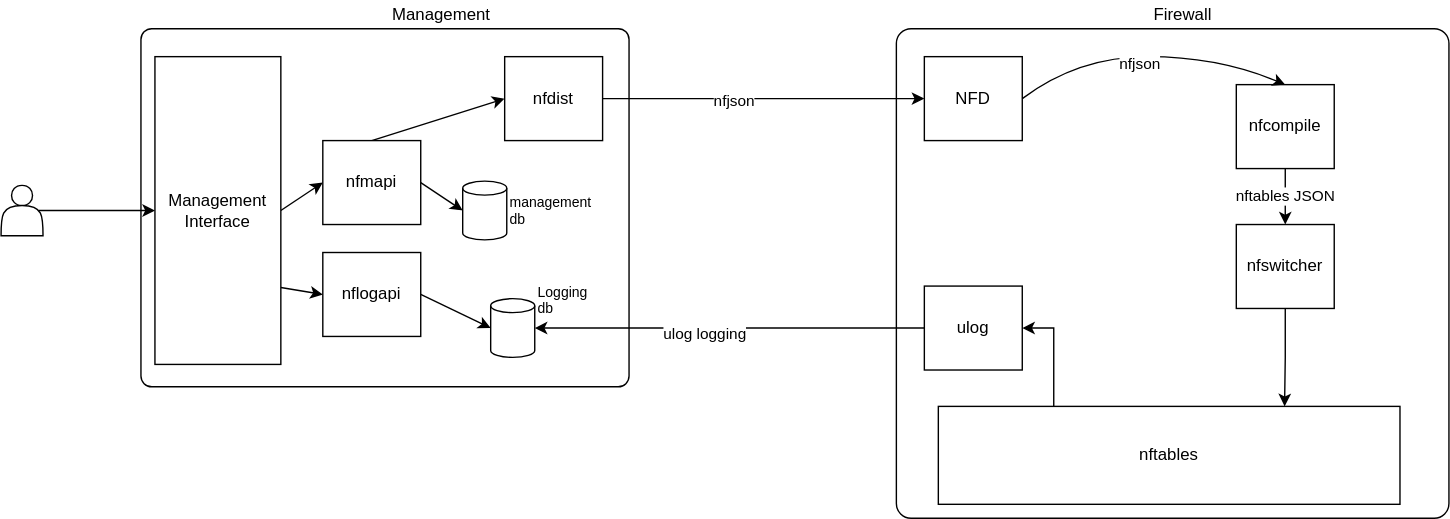
The draw.io diagram Architecture.drawio.svg in nfirewall/nfirewall, before a commit. Source tidied: cells renumbered, new cells last; positions are measured from the earlier drawing's top-left corner, leaving out a move shared by most shapes. The source it was exported from:
```xml
<mxGraphModel>
  <root>
    <mxCell id="0" />
    <mxCell id="1" parent="0" />
    <mxCell id="2" style="rounded=1;whiteSpace=wrap;html=1;arcSize=3;" parent="1" vertex="1">
      <mxGeometry x="640" y="20" width="395" height="350" as="geometry" />
    </mxCell>
    <mxCell id="3" style="rounded=1;whiteSpace=wrap;html=1;arcSize=3;" parent="1" vertex="1">
      <mxGeometry x="100" y="20" width="348.9" height="256" as="geometry" />
    </mxCell>
    <mxCell id="4" value="NFD" style="rounded=0;whiteSpace=wrap;html=1;" parent="1" vertex="1">
      <mxGeometry x="660" y="40" width="70" height="60" as="geometry" />
    </mxCell>
    <mxCell id="5" value="nftables JSON" style="edgeStyle=orthogonalEdgeStyle;rounded=0;jettySize=auto;html=1;exitX=0.5;exitY=1;exitDx=0;exitDy=0;entryX=0.5;entryY=0;entryDx=0;entryDy=0;" parent="1" edge="1" source="6" target="8">
      <mxGeometry relative="1" as="geometry" />
    </mxCell>
    <mxCell id="6" value="nfcompile" style="rounded=0;whiteSpace=wrap;html=1;" parent="1" vertex="1">
      <mxGeometry x="883" y="60" width="70" height="60" as="geometry" />
    </mxCell>
    <mxCell id="7" style="edgeStyle=orthogonalEdgeStyle;rounded=0;jettySize=auto;html=1;exitX=0.5;exitY=1;exitDx=0;exitDy=0;entryX=0.75;entryY=0;entryDx=0;entryDy=0;" parent="1" edge="1" source="8" target="10">
      <mxGeometry relative="1" as="geometry" />
    </mxCell>
    <mxCell id="8" value="nfswitcher" style="rounded=0;whiteSpace=wrap;html=1;" parent="1" vertex="1">
      <mxGeometry x="883" y="160" width="70" height="60" as="geometry" />
    </mxCell>
    <mxCell id="9" style="edgeStyle=orthogonalEdgeStyle;rounded=0;jettySize=auto;html=1;exitX=0.25;exitY=0;exitDx=0;exitDy=0;entryX=1;entryY=0.5;entryDx=0;entryDy=0;" parent="1" edge="1" source="10" target="11">
      <mxGeometry relative="1" as="geometry" />
    </mxCell>
    <mxCell id="10" value="nftables" style="rounded=0;whiteSpace=wrap;html=1;" parent="1" vertex="1">
      <mxGeometry x="670" y="290" width="330" height="70" as="geometry" />
    </mxCell>
    <mxCell id="11" value="ulog" style="rounded=0;whiteSpace=wrap;html=1;" parent="1" vertex="1">
      <mxGeometry x="660" y="204" width="70" height="60" as="geometry" />
    </mxCell>
    <mxCell id="12" style="edgeStyle=orthogonalEdgeStyle;rounded=0;jettySize=auto;html=1;exitX=1;exitY=0.5;exitDx=0;exitDy=0;entryX=0;entryY=0.5;entryDx=0;entryDy=0;" parent="1" edge="1" source="14" target="4">
      <mxGeometry relative="1" as="geometry" />
    </mxCell>
    <mxCell id="13" value="nfjson" style="edgeLabel;html=1;align=center;verticalAlign=middle;" parent="12" vertex="1">
      <mxGeometry x="-0.19" y="-1" relative="1" as="geometry" />
    </mxCell>
    <mxCell id="14" value="nfdist" style="rounded=0;whiteSpace=wrap;html=1;" parent="1" vertex="1">
      <mxGeometry x="360" y="40" width="70" height="60" as="geometry" />
    </mxCell>
    <mxCell id="15" style="edgeStyle=orthogonalEdgeStyle;rounded=0;jettySize=auto;html=1;exitX=0;exitY=0.5;exitDx=0;exitDy=0;entryX=1;entryY=0.5;entryDx=0;entryDy=0;entryPerimeter=0;" parent="1" edge="1" source="11" target="31">
      <mxGeometry relative="1" as="geometry" />
    </mxCell>
    <mxCell id="16" value="ulog logging" style="edgeLabel;html=1;align=center;verticalAlign=middle;" parent="15" vertex="1">
      <mxGeometry x="0.13" y="3" relative="1" as="geometry" />
    </mxCell>
    <mxCell id="17" style="curved=1;endArrow=classic;html=1;exitX=1;exitY=0.5;exitDx=0;exitDy=0;entryX=0.5;entryY=0;entryDx=0;entryDy=0;" parent="1" edge="1" source="4" target="6">
      <mxGeometry relative="1" as="geometry">
        <Array as="points">
          <mxPoint x="770" y="40" />
          <mxPoint x="870" y="40" />
        </Array>
      </mxGeometry>
    </mxCell>
    <mxCell id="18" value="nfjson" style="edgeLabel;html=1;align=center;verticalAlign=middle;" parent="17" vertex="1">
      <mxGeometry x="-0.07" y="-4" relative="1" as="geometry" />
    </mxCell>
    <mxCell id="19" style="edgeStyle=none;rounded=0;jettySize=auto;html=1;exitX=1;exitY=0.5;exitDx=0;exitDy=0;entryX=0;entryY=0.5;entryDx=0;entryDy=0;" parent="1" edge="1" source="21" target="30">
      <mxGeometry relative="1" as="geometry" />
    </mxCell>
    <mxCell id="20" style="edgeStyle=none;rounded=0;jettySize=auto;html=1;exitX=1;exitY=0.75;exitDx=0;exitDy=0;entryX=0;entryY=0.5;entryDx=0;entryDy=0;fontSize=10;" parent="1" edge="1" source="21" target="32">
      <mxGeometry relative="1" as="geometry" />
    </mxCell>
    <mxCell id="21" value="Management Interface" style="rounded=0;whiteSpace=wrap;html=1;" parent="1" vertex="1">
      <mxGeometry x="110" y="40" width="90" height="220" as="geometry" />
    </mxCell>
    <mxCell id="22" style="edgeStyle=none;rounded=0;jettySize=auto;html=1;exitX=0.9;exitY=0.5;exitDx=0;exitDy=0;exitPerimeter=0;entryX=0;entryY=0.5;entryDx=0;entryDy=0;" parent="1" edge="1" source="23" target="21">
      <mxGeometry relative="1" as="geometry" />
    </mxCell>
    <mxCell id="23" style="shape=actor;whiteSpace=wrap;html=1;" parent="1" vertex="1">
      <mxGeometry y="132" width="30" height="36" as="geometry" />
    </mxCell>
    <mxCell id="24" value="Firewall" style="text;html=1;strokeColor=none;fillColor=none;align=center;verticalAlign=middle;whiteSpace=wrap;rounded=0;" parent="1" vertex="1">
      <mxGeometry x="730" width="230" height="20" as="geometry" />
    </mxCell>
    <mxCell id="25" value="Management" style="text;html=1;strokeColor=none;fillColor=none;align=center;verticalAlign=middle;whiteSpace=wrap;rounded=0;" parent="1" vertex="1">
      <mxGeometry x="200" width="230" height="20" as="geometry" />
    </mxCell>
    <mxCell id="26" value="management db" style="shape=cylinder3;whiteSpace=wrap;html=1;boundedLbl=1;backgroundOutline=1;size=5;labelPosition=right;verticalLabelPosition=middle;align=left;verticalAlign=middle;fontSize=10;" parent="1" vertex="1">
      <mxGeometry x="330" y="129" width="31.5" height="42" as="geometry" />
    </mxCell>
    <mxCell id="27" style="edgeStyle=none;rounded=0;jettySize=auto;html=1;exitX=1;exitY=0.5;exitDx=0;exitDy=0;entryX=0;entryY=0.5;entryDx=0;entryDy=0;entryPerimeter=0;" parent="1" edge="1" source="30" target="26">
      <mxGeometry relative="1" as="geometry" />
    </mxCell>
    <mxCell id="28" style="edgeStyle=none;rounded=0;jettySize=auto;html=1;exitX=1;exitY=0.5;exitDx=0;exitDy=0;entryX=0;entryY=0.5;entryDx=0;entryDy=0;entryPerimeter=0;" parent="1" edge="1" source="32" target="31">
      <mxGeometry relative="1" as="geometry" />
    </mxCell>
    <mxCell id="29" style="edgeStyle=none;rounded=0;jettySize=auto;html=1;exitX=0.5;exitY=0;exitDx=0;exitDy=0;entryX=0;entryY=0.5;entryDx=0;entryDy=0;fontSize=10;" parent="1" edge="1" source="30" target="14">
      <mxGeometry relative="1" as="geometry" />
    </mxCell>
    <mxCell id="30" value="nfmapi" style="rounded=0;whiteSpace=wrap;html=1;" parent="1" vertex="1">
      <mxGeometry x="230" y="100" width="70" height="60" as="geometry" />
    </mxCell>
    <mxCell id="31" value="Logging db" style="shape=cylinder3;whiteSpace=wrap;html=1;boundedLbl=1;backgroundOutline=1;size=5;labelPosition=right;verticalLabelPosition=top;align=left;verticalAlign=bottom;spacingBottom=-16;fontSize=10;" parent="1" vertex="1">
      <mxGeometry x="350" y="213" width="31.5" height="42" as="geometry" />
    </mxCell>
    <mxCell id="32" value="nflogapi" style="rounded=0;whiteSpace=wrap;html=1;" parent="1" vertex="1">
      <mxGeometry x="230" y="180" width="70" height="60" as="geometry" />
    </mxCell>
  </root>
</mxGraphModel>
```
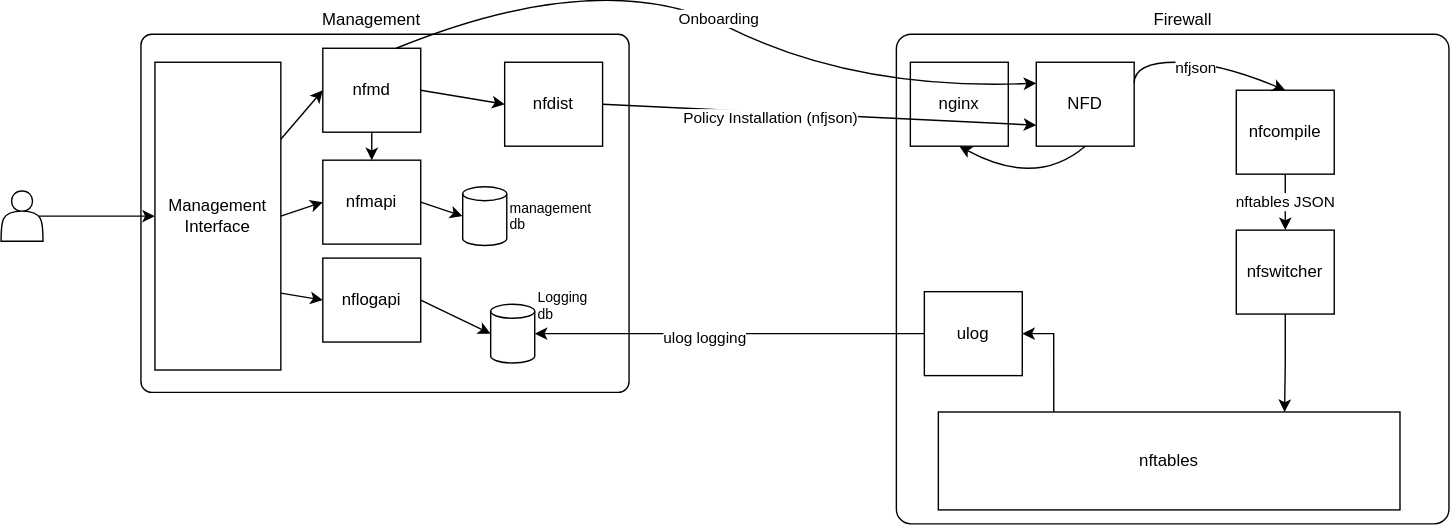
After the change.

What changed in the source:
```diff
@@ -9,7 +9,7 @@
       <mxGeometry x="100" y="20" width="348.9" height="256" as="geometry" />
     </mxCell>
     <mxCell id="4" value="NFD" style="rounded=0;whiteSpace=wrap;html=1;" parent="1" vertex="1">
-      <mxGeometry x="660" y="40" width="70" height="60" as="geometry" />
+      <mxGeometry x="740" y="40" width="70" height="60" as="geometry" />
     </mxCell>
     <mxCell id="5" value="nftables JSON" style="edgeStyle=orthogonalEdgeStyle;rounded=0;jettySize=auto;html=1;exitX=0.5;exitY=1;exitDx=0;exitDy=0;entryX=0.5;entryY=0;entryDx=0;entryDy=0;" parent="1" edge="1" source="6" target="8">
       <mxGeometry relative="1" as="geometry" />
@@ -32,12 +32,9 @@
     <mxCell id="11" value="ulog" style="rounded=0;whiteSpace=wrap;html=1;" parent="1" vertex="1">
       <mxGeometry x="660" y="204" width="70" height="60" as="geometry" />
     </mxCell>
-    <mxCell id="12" style="edgeStyle=orthogonalEdgeStyle;rounded=0;jettySize=auto;html=1;exitX=1;exitY=0.5;exitDx=0;exitDy=0;entryX=0;entryY=0.5;entryDx=0;entryDy=0;" parent="1" edge="1" source="14" target="4">
-      <mxGeometry relative="1" as="geometry" />
+    <mxCell id="12" value="Policy Installation (nfjson)" style="rounded=0;jettySize=auto;html=1;exitX=1;exitY=0.5;exitDx=0;exitDy=0;entryX=0;entryY=0.75;entryDx=0;entryDy=0;" parent="1" edge="1" source="14" target="4">
+      <mxGeometry x="-0.22" y="-4" relative="1" as="geometry" />
     </mxCell>
-    <mxCell id="13" value="nfjson" style="edgeLabel;html=1;align=center;verticalAlign=middle;" parent="12" vertex="1">
-      <mxGeometry x="-0.19" y="-1" relative="1" as="geometry" />
-    </mxCell>
     <mxCell id="14" value="nfdist" style="rounded=0;whiteSpace=wrap;html=1;" parent="1" vertex="1">
       <mxGeometry x="360" y="40" width="70" height="60" as="geometry" />
     </mxCell>
@@ -47,10 +44,10 @@
     <mxCell id="16" value="ulog logging" style="edgeLabel;html=1;align=center;verticalAlign=middle;" parent="15" vertex="1">
       <mxGeometry x="0.13" y="3" relative="1" as="geometry" />
     </mxCell>
-    <mxCell id="17" style="curved=1;endArrow=classic;html=1;exitX=1;exitY=0.5;exitDx=0;exitDy=0;entryX=0.5;entryY=0;entryDx=0;entryDy=0;" parent="1" edge="1" source="4" target="6">
+    <mxCell id="17" style="curved=1;endArrow=classic;html=1;exitX=1;exitY=0.25;exitDx=0;exitDy=0;entryX=0.5;entryY=0;entryDx=0;entryDy=0;" parent="1" edge="1" source="4" target="6">
       <mxGeometry relative="1" as="geometry">
         <Array as="points">
-          <mxPoint x="770" y="40" />
+          <mxPoint x="810" y="40" />
           <mxPoint x="870" y="40" />
         </Array>
       </mxGeometry>
@@ -64,6 +61,9 @@
     <mxCell id="20" style="edgeStyle=none;rounded=0;jettySize=auto;html=1;exitX=1;exitY=0.75;exitDx=0;exitDy=0;entryX=0;entryY=0.5;entryDx=0;entryDy=0;fontSize=10;" parent="1" edge="1" source="21" target="32">
       <mxGeometry relative="1" as="geometry" />
     </mxCell>
+    <mxCell id="33" style="rounded=0;jettySize=auto;html=1;exitX=1;exitY=0.25;exitDx=0;exitDy=0;entryX=0;entryY=0.5;entryDx=0;entryDy=0;" parent="1" edge="1" source="21" target="35">
+      <mxGeometry relative="1" as="geometry" />
+    </mxCell>
     <mxCell id="21" value="Management Interface" style="rounded=0;whiteSpace=wrap;html=1;" parent="1" vertex="1">
       <mxGeometry x="110" y="40" width="90" height="220" as="geometry" />
     </mxCell>
@@ -77,7 +77,7 @@
       <mxGeometry x="730" width="230" height="20" as="geometry" />
     </mxCell>
     <mxCell id="25" value="Management" style="text;html=1;strokeColor=none;fillColor=none;align=center;verticalAlign=middle;whiteSpace=wrap;rounded=0;" parent="1" vertex="1">
-      <mxGeometry x="200" width="230" height="20" as="geometry" />
+      <mxGeometry x="150" width="230" height="20" as="geometry" />
     </mxCell>
     <mxCell id="26" value="management db" style="shape=cylinder3;whiteSpace=wrap;html=1;boundedLbl=1;backgroundOutline=1;size=5;labelPosition=right;verticalLabelPosition=middle;align=left;verticalAlign=middle;fontSize=10;" parent="1" vertex="1">
       <mxGeometry x="330" y="129" width="31.5" height="42" as="geometry" />
@@ -88,11 +88,11 @@
     <mxCell id="28" style="edgeStyle=none;rounded=0;jettySize=auto;html=1;exitX=1;exitY=0.5;exitDx=0;exitDy=0;entryX=0;entryY=0.5;entryDx=0;entryDy=0;entryPerimeter=0;" parent="1" edge="1" source="32" target="31">
       <mxGeometry relative="1" as="geometry" />
     </mxCell>
-    <mxCell id="29" style="edgeStyle=none;rounded=0;jettySize=auto;html=1;exitX=0.5;exitY=0;exitDx=0;exitDy=0;entryX=0;entryY=0.5;entryDx=0;entryDy=0;fontSize=10;" parent="1" edge="1" source="30" target="14">
+    <mxCell id="29" style="edgeStyle=none;rounded=0;jettySize=auto;html=1;exitX=1;exitY=0.5;exitDx=0;exitDy=0;entryX=0;entryY=0.5;entryDx=0;entryDy=0;fontSize=10;" parent="1" edge="1" source="35" target="14">
       <mxGeometry relative="1" as="geometry" />
     </mxCell>
     <mxCell id="30" value="nfmapi" style="rounded=0;whiteSpace=wrap;html=1;" parent="1" vertex="1">
-      <mxGeometry x="230" y="100" width="70" height="60" as="geometry" />
+      <mxGeometry x="230" y="110" width="70" height="60" as="geometry" />
     </mxCell>
     <mxCell id="31" value="Logging db" style="shape=cylinder3;whiteSpace=wrap;html=1;boundedLbl=1;backgroundOutline=1;size=5;labelPosition=right;verticalLabelPosition=top;align=left;verticalAlign=bottom;spacingBottom=-16;fontSize=10;" parent="1" vertex="1">
       <mxGeometry x="350" y="213" width="31.5" height="42" as="geometry" />
@@ -100,5 +100,32 @@
     <mxCell id="32" value="nflogapi" style="rounded=0;whiteSpace=wrap;html=1;" parent="1" vertex="1">
       <mxGeometry x="230" y="180" width="70" height="60" as="geometry" />
     </mxCell>
+    <mxCell id="34" style="edgeStyle=orthogonalEdgeStyle;rounded=0;jettySize=auto;html=1;exitX=0.5;exitY=1;exitDx=0;exitDy=0;entryX=0.5;entryY=0;entryDx=0;entryDy=0;" parent="1" edge="1" source="35" target="30">
+      <mxGeometry relative="1" as="geometry" />
+    </mxCell>
+    <mxCell id="35" value="nfmd" style="rounded=0;whiteSpace=wrap;html=1;" parent="1" vertex="1">
+      <mxGeometry x="230" y="30" width="70" height="60" as="geometry" />
+    </mxCell>
+    <mxCell id="36" style="curved=1;endArrow=classic;html=1;exitX=0.75;exitY=0;exitDx=0;exitDy=0;entryX=0;entryY=0.25;entryDx=0;entryDy=0;" parent="1" edge="1" source="35" target="4">
+      <mxGeometry relative="1" as="geometry">
+        <Array as="points">
+          <mxPoint x="430" y="-30" />
+          <mxPoint x="610" y="60" />
+        </Array>
+      </mxGeometry>
+    </mxCell>
+    <mxCell id="37" value="Onboarding" style="edgeLabel;html=1;align=center;verticalAlign=middle;" parent="36" vertex="1">
+      <mxGeometry x="0.02" y="2" relative="1" as="geometry" />
+    </mxCell>
+    <mxCell id="38" value="nginx" style="rounded=0;whiteSpace=wrap;html=1;fillColor=none;" parent="1" vertex="1">
+      <mxGeometry x="650" y="40" width="70" height="60" as="geometry" />
+    </mxCell>
+    <mxCell id="39" style="curved=1;endArrow=classic;html=1;exitX=0.5;exitY=1;exitDx=0;exitDy=0;entryX=0.5;entryY=1;entryDx=0;entryDy=0;" parent="1" edge="1" source="4" target="38">
+      <mxGeometry relative="1" as="geometry">
+        <Array as="points">
+          <mxPoint x="740" y="130" />
+        </Array>
+      </mxGeometry>
+    </mxCell>
   </root>
 </mxGraphModel>
```
